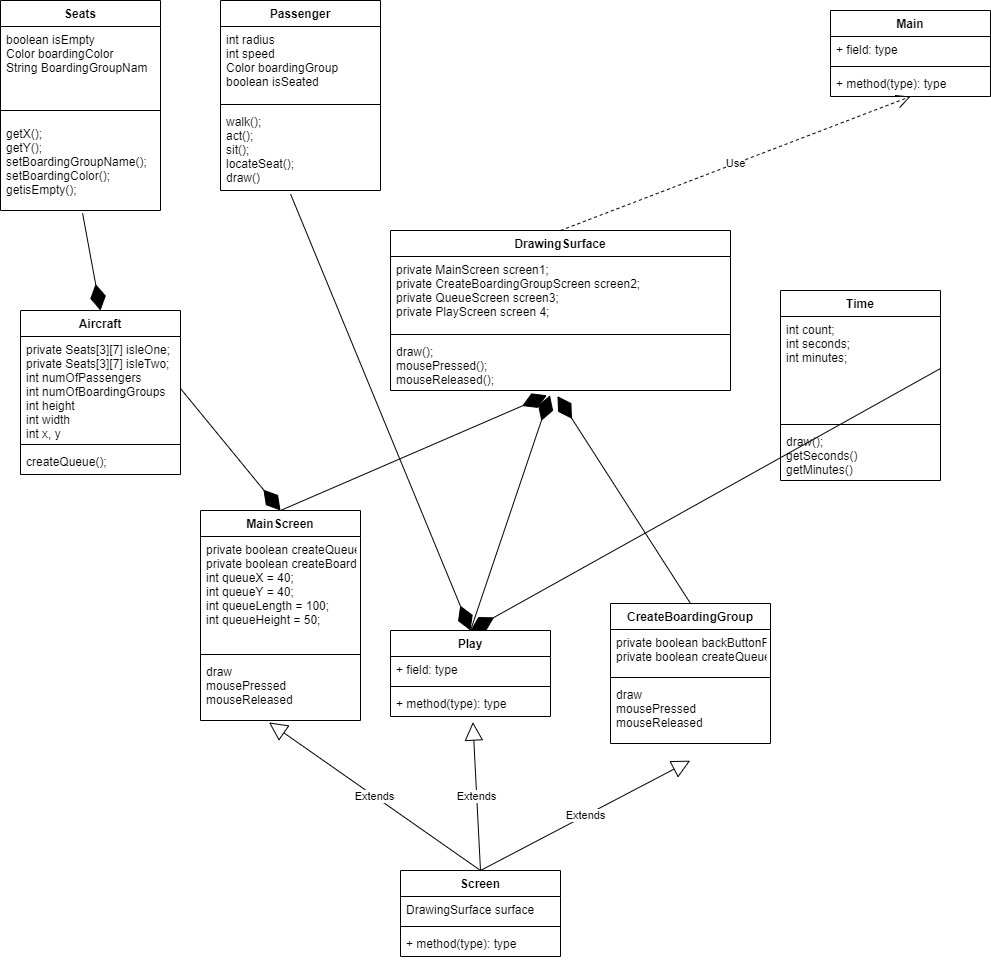
This is Passenger Plane boarding simulation.png from HHSAPCompSci2020/capstone-project-16th-airplane-boarding-group, a draw.io export, as it was before one commit. Source tidied: cells renumbered, new cells last; positions are measured from the earlier drawing's top-left corner, leaving out a move shared by most shapes.
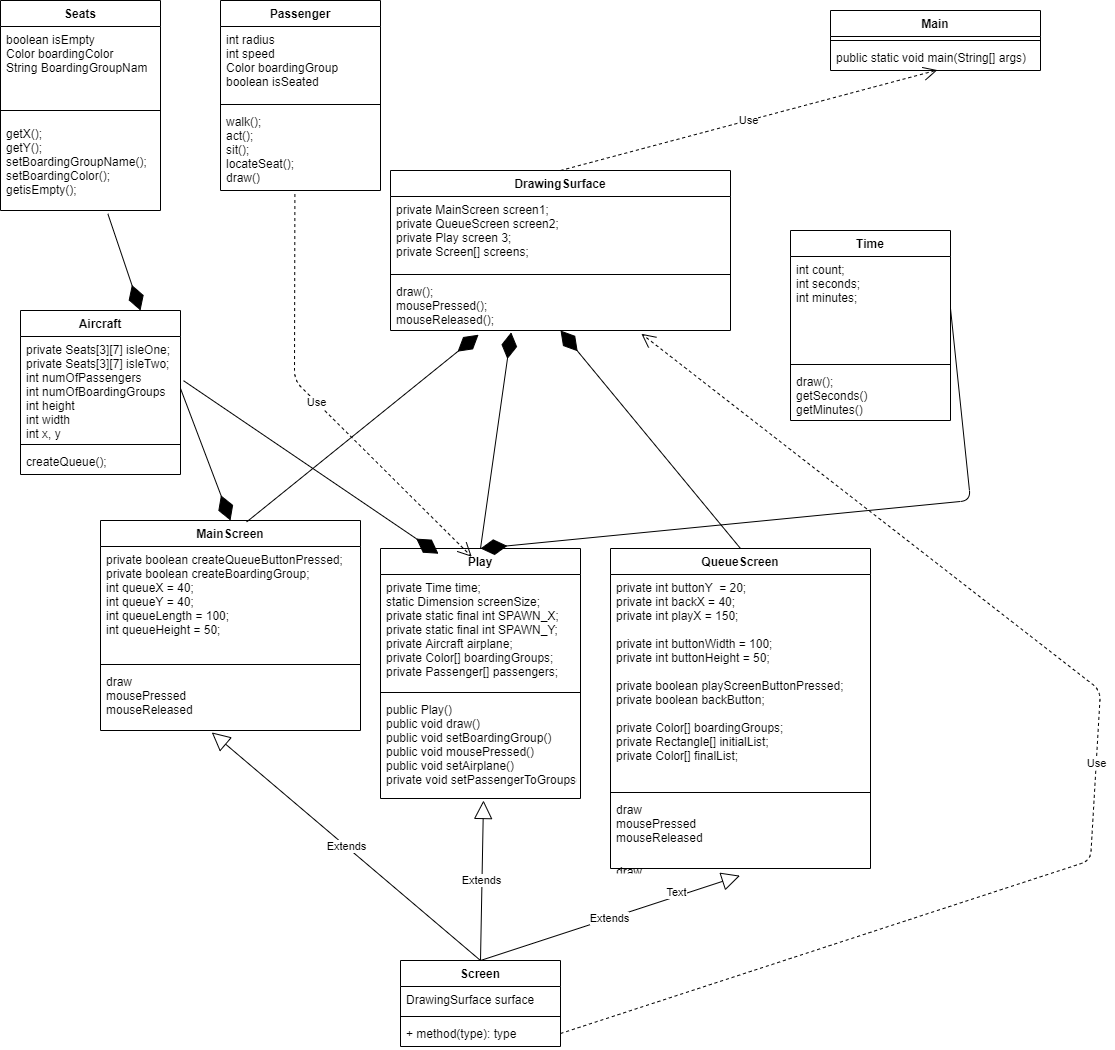
The same diagram one commit later.

What changed in the source:
```diff
@@ -15,21 +15,18 @@
       <mxGeometry y="120" width="160" height="90" as="geometry" />
     </mxCell>
     <mxCell id="6" value="Main" style="swimlane;fontStyle=1;align=center;verticalAlign=top;horizontal=1;startSize=26;" parent="1" vertex="1">
-      <mxGeometry x="830" y="10" width="160" height="86" as="geometry" />
+      <mxGeometry x="830" y="10" width="210" height="60" as="geometry" />
     </mxCell>
-    <mxCell id="7" value="+ field: type" style="text;strokeColor=none;fillColor=none;align=left;verticalAlign=top;spacingLeft=4;spacingRight=4;overflow=hidden;" parent="6" vertex="1">
-      <mxGeometry y="26" width="160" height="26" as="geometry" />
-    </mxCell>
     <mxCell id="8" style="line;strokeWidth=1;fillColor=none;align=left;verticalAlign=middle;spacingTop=-1;spacingLeft=3;spacingRight=3;labelPosition=right;" parent="6" vertex="1">
-      <mxGeometry y="52" width="160" height="8" as="geometry" />
+      <mxGeometry y="26" width="210" height="8" as="geometry" />
     </mxCell>
-    <mxCell id="9" value="+ method(type): type" style="text;strokeColor=none;fillColor=none;align=left;verticalAlign=top;spacingLeft=4;spacingRight=4;overflow=hidden;points=[[0,0.5],[1,0.5]];portConstraint=eastwest;" parent="6" vertex="1">
-      <mxGeometry y="60" width="160" height="26" as="geometry" />
+    <mxCell id="9" value="public static void main(String[] args)" style="text;strokeColor=none;fillColor=none;align=left;verticalAlign=top;spacingLeft=4;spacingRight=4;overflow=hidden;points=[[0,0.5],[1,0.5]];portConstraint=eastwest;" parent="6" vertex="1">
+      <mxGeometry y="34" width="210" height="26" as="geometry" />
     </mxCell>
     <mxCell id="10" value="DrawingSurface" style="swimlane;fontStyle=1;align=center;verticalAlign=top;horizontal=1;startSize=26;" parent="1" vertex="1">
-      <mxGeometry x="390" y="230" width="340" height="160" as="geometry" />
+      <mxGeometry x="390" y="170" width="340" height="160" as="geometry" />
     </mxCell>
-    <mxCell id="11" value="private MainScreen screen1;&#10;&#9;private CreateBoardingGroupScreen screen2;&#10;&#9;private QueueScreen screen3;&#10;private PlayScreen screen 4;" style="text;strokeColor=none;fillColor=none;align=left;verticalAlign=top;spacingLeft=4;spacingRight=4;overflow=hidden;" parent="10" vertex="1">
+    <mxCell id="11" value="private MainScreen screen1;&#10;private QueueScreen screen2;&#10;private Play screen 3;&#10;private Screen[] screens;" style="text;strokeColor=none;fillColor=none;align=left;verticalAlign=top;spacingLeft=4;spacingRight=4;overflow=hidden;" parent="10" vertex="1">
       <mxGeometry y="26" width="340" height="74" as="geometry" />
     </mxCell>
     <mxCell id="12" style="line;strokeWidth=1;fillColor=none;align=left;verticalAlign=middle;spacingTop=-1;spacingLeft=3;spacingRight=3;labelPosition=right;" parent="10" vertex="1">
@@ -62,11 +59,8 @@
     <mxCell id="21" value="createQueue();" style="text;strokeColor=none;fillColor=none;align=left;verticalAlign=top;spacingLeft=4;spacingRight=4;overflow=hidden;" parent="18" vertex="1">
       <mxGeometry y="138" width="160" height="26" as="geometry" />
     </mxCell>
-    <mxCell id="22" value="Use" style="endArrow=open;endSize=12;dashed=1;html=1;exitX=0.5;exitY=0;exitDx=0;exitDy=0;entryX=0.5;entryY=1;entryDx=0;entryDy=0;" parent="1" edge="1" source="10" target="6">
-      <mxGeometry relative="1" as="geometry" />
-    </mxCell>
     <mxCell id="23" value="Time" style="swimlane;fontStyle=1;align=center;verticalAlign=top;horizontal=1;startSize=26;" parent="1" vertex="1">
-      <mxGeometry x="780" y="290" width="160" height="190" as="geometry" />
+      <mxGeometry x="790" y="230" width="160" height="190" as="geometry" />
     </mxCell>
     <mxCell id="24" value="int count;&#10;&#9;int seconds;&#10;&#9;int minutes;" style="text;strokeColor=none;fillColor=none;align=left;verticalAlign=top;spacingLeft=4;spacingRight=4;overflow=hidden;points=[[0,0.5],[1,0.5]];portConstraint=eastwest;" parent="23" vertex="1">
       <mxGeometry y="26" width="160" height="104" as="geometry" />
@@ -78,7 +72,7 @@
       <mxGeometry y="138" width="160" height="52" as="geometry" />
     </mxCell>
     <mxCell id="27" value="Screen" style="swimlane;fontStyle=1;align=center;verticalAlign=top;horizontal=1;startSize=26;" parent="1" vertex="1">
-      <mxGeometry x="400" y="870" width="160" height="86" as="geometry" />
+      <mxGeometry x="400" y="960" width="160" height="86" as="geometry" />
     </mxCell>
     <mxCell id="28" value="DrawingSurface surface " style="text;strokeColor=none;fillColor=none;align=left;verticalAlign=top;spacingLeft=4;spacingRight=4;overflow=hidden;" parent="27" vertex="1">
       <mxGeometry y="26" width="160" height="26" as="geometry" />
@@ -90,70 +84,100 @@
       <mxGeometry y="60" width="160" height="26" as="geometry" />
     </mxCell>
     <mxCell id="31" value="MainScreen" style="swimlane;fontStyle=1;align=center;verticalAlign=top;horizontal=1;startSize=26;" parent="1" vertex="1">
-      <mxGeometry x="200" y="510" width="160" height="210" as="geometry" />
+      <mxGeometry x="100" y="520" width="260" height="210" as="geometry" />
     </mxCell>
     <mxCell id="32" value="private boolean createQueueButtonPressed;&#10;&#9;private boolean createBoardingGroup;&#10;&#9;int queueX = 40;&#10;&#9;int queueY = 40;&#10;&#9;int queueLength = 100;&#10;&#9;int queueHeight = 50;" style="text;strokeColor=none;fillColor=none;align=left;verticalAlign=top;spacingLeft=4;spacingRight=4;overflow=hidden;" parent="31" vertex="1">
-      <mxGeometry y="26" width="160" height="114" as="geometry" />
+      <mxGeometry y="26" width="260" height="114" as="geometry" />
     </mxCell>
     <mxCell id="33" style="line;strokeWidth=1;fillColor=none;align=left;verticalAlign=middle;spacingTop=-1;spacingLeft=3;spacingRight=3;labelPosition=right;" parent="31" vertex="1">
-      <mxGeometry y="140" width="160" height="8" as="geometry" />
+      <mxGeometry y="140" width="260" height="8" as="geometry" />
     </mxCell>
     <mxCell id="34" value="draw&#10;mousePressed&#10;mouseReleased" style="text;strokeColor=none;fillColor=none;align=left;verticalAlign=top;spacingLeft=4;spacingRight=4;overflow=hidden;points=[[0,0.5],[1,0.5]];portConstraint=eastwest;" parent="31" vertex="1">
-      <mxGeometry y="148" width="160" height="62" as="geometry" />
+      <mxGeometry y="148" width="260" height="62" as="geometry" />
     </mxCell>
     <mxCell id="35" value="Play" style="swimlane;fontStyle=1;align=center;verticalAlign=top;horizontal=1;startSize=26;" parent="1" vertex="1">
-      <mxGeometry x="390" y="630" width="160" height="86" as="geometry" />
+      <mxGeometry x="380" y="548" width="200" height="250" as="geometry" />
     </mxCell>
-    <mxCell id="36" value="+ field: type" style="text;strokeColor=none;fillColor=none;align=left;verticalAlign=top;spacingLeft=4;spacingRight=4;overflow=hidden;" parent="35" vertex="1">
-      <mxGeometry y="26" width="160" height="26" as="geometry" />
+    <mxCell id="36" value="private Time time;&#10;&#9;static Dimension screenSize;&#10;&#9;private static final int SPAWN_X;&#10;&#9;private static final int SPAWN_Y;&#10;&#9;private Aircraft airplane;&#10;&#9;private Color[] boardingGroups;&#10;&#9;private Passenger[] passengers;" style="text;strokeColor=none;fillColor=none;align=left;verticalAlign=top;spacingLeft=4;spacingRight=4;overflow=hidden;" parent="35" vertex="1">
+      <mxGeometry y="26" width="200" height="114" as="geometry" />
     </mxCell>
     <mxCell id="37" style="line;strokeWidth=1;fillColor=none;align=left;verticalAlign=middle;spacingTop=-1;spacingLeft=3;spacingRight=3;labelPosition=right;" parent="35" vertex="1">
-      <mxGeometry y="52" width="160" height="8" as="geometry" />
+      <mxGeometry y="140" width="200" height="8" as="geometry" />
     </mxCell>
-    <mxCell id="38" value="+ method(type): type" style="text;strokeColor=none;fillColor=none;align=left;verticalAlign=top;spacingLeft=4;spacingRight=4;overflow=hidden;points=[[0,0.5],[1,0.5]];portConstraint=eastwest;" parent="35" vertex="1">
-      <mxGeometry y="60" width="160" height="26" as="geometry" />
+    <mxCell id="38" value="public Play()&#10;public void draw()&#10;public void setBoardingGroup()&#10;public void mousePressed()&#10;public void setAirplane()&#10;private void setPassengerToGroups()&#10;" style="text;strokeColor=none;fillColor=none;align=left;verticalAlign=top;spacingLeft=4;spacingRight=4;overflow=hidden;points=[[0,0.5],[1,0.5]];portConstraint=eastwest;" parent="35" vertex="1">
+      <mxGeometry y="148" width="200" height="102" as="geometry" />
     </mxCell>
-    <mxCell id="39" value="CreateBoardingGroup" style="swimlane;fontStyle=1;align=center;verticalAlign=top;horizontal=1;startSize=26;" parent="1" vertex="1">
-      <mxGeometry x="610" y="603" width="160" height="140" as="geometry" />
+    <mxCell id="39" value="QueueScreen" style="swimlane;fontStyle=1;align=center;verticalAlign=top;horizontal=1;startSize=26;" parent="1" vertex="1">
+      <mxGeometry x="610" y="548" width="260" height="320" as="geometry" />
     </mxCell>
-    <mxCell id="40" value="private boolean backButtonPressed;&#10;&#9;private boolean createQueueButtonPressed;" style="text;strokeColor=none;fillColor=none;align=left;verticalAlign=top;spacingLeft=4;spacingRight=4;overflow=hidden;" parent="39" vertex="1">
-      <mxGeometry y="26" width="160" height="44" as="geometry" />
+    <mxCell id="40" value="private int buttonY  = 20;&#10;&#9;private int backX = 40;&#10;&#9;private int playX = 150;&#10;&#10;&#9;private int buttonWidth = 100;&#10;&#9;private int buttonHeight = 50;&#10;&#9;&#10;&#9;private boolean playScreenButtonPressed;&#10;&#9;private boolean backButton;&#10;&#10;&#9;private Color[] boardingGroups;&#10;&#9;private Rectangle[] initialList;&#10;&#9;private Color[] finalList;&#10;&#9;" style="text;strokeColor=none;fillColor=none;align=left;verticalAlign=top;spacingLeft=4;spacingRight=4;overflow=hidden;" parent="39" vertex="1">
+      <mxGeometry y="26" width="260" height="214" as="geometry" />
     </mxCell>
     <mxCell id="41" style="line;strokeWidth=1;fillColor=none;align=left;verticalAlign=middle;spacingTop=-1;spacingLeft=3;spacingRight=3;labelPosition=right;" parent="39" vertex="1">
-      <mxGeometry y="70" width="160" height="8" as="geometry" />
+      <mxGeometry y="240" width="260" height="8" as="geometry" />
     </mxCell>
     <mxCell id="42" value="draw&#10;mousePressed&#10;mouseReleased" style="text;strokeColor=none;fillColor=none;align=left;verticalAlign=top;spacingLeft=4;spacingRight=4;overflow=hidden;points=[[0,0.5],[1,0.5]];portConstraint=eastwest;" parent="39" vertex="1">
-      <mxGeometry y="78" width="160" height="62" as="geometry" />
+      <mxGeometry y="248" width="260" height="62" as="geometry" />
     </mxCell>
+    <mxCell id="53" value="draw&#10;mousePressed&#10;mouseReleased" style="text;strokeColor=none;fillColor=none;align=left;verticalAlign=top;spacingLeft=4;spacingRight=4;overflow=hidden;" parent="39" vertex="1">
+      <mxGeometry y="310" width="260" height="10" as="geometry" />
+    </mxCell>
     <mxCell id="43" value="Extends" style="endArrow=block;endSize=16;endFill=0;html=1;exitX=0.5;exitY=0;exitDx=0;exitDy=0;entryX=0.428;entryY=1.031;entryDx=0;entryDy=0;entryPerimeter=0;" parent="1" edge="1" source="27" target="34">
       <mxGeometry relative="1" as="geometry" />
     </mxCell>
     <mxCell id="44" value="Extends" style="endArrow=block;endSize=16;endFill=0;html=1;exitX=0.5;exitY=0;exitDx=0;exitDy=0;entryX=0.498;entryY=1.277;entryDx=0;entryDy=0;entryPerimeter=0;" parent="1" edge="1" source="27" target="42">
       <mxGeometry relative="1" as="geometry" />
     </mxCell>
+    <mxCell id="54" value="Text" style="edgeLabel;html=1;align=center;verticalAlign=middle;" parent="44" vertex="1">
+      <mxGeometry x="0.51" y="4" relative="1" as="geometry" />
+    </mxCell>
-    <mxCell id="45" value="Extends" style="endArrow=block;endSize=16;endFill=0;html=1;exitX=0.5;exitY=0;exitDx=0;exitDy=0;entryX=0.515;entryY=1.215;entryDx=0;entryDy=0;entryPerimeter=0;" parent="1" edge="1" source="27" target="38">
-      <mxGeometry relative="1" as="geometry" />
+    <mxCell id="45" value="Extends" style="endArrow=block;endSize=16;endFill=0;html=1;exitX=0.5;exitY=0;exitDx=0;exitDy=0;" parent="1" edge="1" source="27">
+      <mxGeometry relative="1" as="geometry">
+        <mxPoint x="483" y="800" as="targetPoint" />
+      </mxGeometry>
     </mxCell>
     <mxCell id="46" style="endArrow=diamondThin;endFill=1;endSize=24;html=1;entryX=0.5;entryY=0;entryDx=0;entryDy=0;exitX=1;exitY=0.5;exitDx=0;exitDy=0;" parent="1" edge="1" source="19" target="31">
       <mxGeometry relative="1" as="geometry" />
     </mxCell>
-    <mxCell id="47" style="endArrow=diamondThin;endFill=1;endSize=24;html=1;exitX=0.5;exitY=0;exitDx=0;exitDy=0;entryX=0.491;entryY=1.108;entryDx=0;entryDy=0;entryPerimeter=0;" parent="1" edge="1" source="39" target="13">
-      <mxGeometry relative="1" as="geometry" />
-    </mxCell>
+    <mxCell id="50" style="endArrow=diamondThin;endFill=1;endSize=24;html=1;exitX=1;exitY=0.5;exitDx=0;exitDy=0;entryX=0.5;entryY=0;entryDx=0;entryDy=0;" parent="1" edge="1" source="24" target="35">
+      <mxGeometry relative="1" as="geometry">
+        <Array as="points">
+          <mxPoint x="970" y="500" />
+        </Array>
+      </mxGeometry>
+    </mxCell>
+    <mxCell id="51" value="Use" style="endArrow=open;endSize=12;dashed=1;html=1;exitX=0.465;exitY=1.043;exitDx=0;exitDy=0;exitPerimeter=0;entryX=0.456;entryY=0.033;entryDx=0;entryDy=0;entryPerimeter=0;" parent="1" edge="1" source="17" target="35">
+      <mxGeometry relative="1" as="geometry">
+        <Array as="points">
+          <mxPoint x="294" y="380" />
+        </Array>
+      </mxGeometry>
+    </mxCell>
+    <mxCell id="55" value="Use" style="endArrow=open;endSize=12;dashed=1;html=1;exitX=0.5;exitY=0;exitDx=0;exitDy=0;entryX=0.509;entryY=0.984;entryDx=0;entryDy=0;entryPerimeter=0;" parent="1" edge="1" source="10" target="9">
+      <mxGeometry relative="1" as="geometry" />
+    </mxCell>
+    <mxCell id="56" style="endArrow=diamondThin;endFill=1;endSize=24;html=1;entryX=0.29;entryY=0.021;entryDx=0;entryDy=0;exitX=1.019;exitY=0.425;exitDx=0;exitDy=0;exitPerimeter=0;entryPerimeter=0;" parent="1" edge="1" source="19" target="35">
+      <mxGeometry relative="1" as="geometry" />
+    </mxCell>
+    <mxCell id="52" style="endArrow=diamondThin;endFill=1;endSize=24;html=1;entryX=0.75;entryY=0;entryDx=0;entryDy=0;exitX=0.671;exitY=1.037;exitDx=0;exitDy=0;exitPerimeter=0;" parent="1" edge="1" source="5" target="18">
+      <mxGeometry relative="1" as="geometry" />
+    </mxCell>
-    <mxCell id="48" style="endArrow=diamondThin;endFill=1;endSize=24;html=1;exitX=0.5;exitY=0;exitDx=0;exitDy=0;entryX=0.469;entryY=1.092;entryDx=0;entryDy=0;entryPerimeter=0;" parent="1" edge="1" source="35" target="13">
+    <mxCell id="48" style="endArrow=diamondThin;endFill=1;endSize=24;html=1;exitX=0.5;exitY=0;exitDx=0;exitDy=0;entryX=0.355;entryY=1.035;entryDx=0;entryDy=0;entryPerimeter=0;" parent="1" edge="1" source="35" target="13">
       <mxGeometry relative="1" as="geometry" />
     </mxCell>
-    <mxCell id="49" style="endArrow=diamondThin;endFill=1;endSize=24;html=1;exitX=0.5;exitY=0;exitDx=0;exitDy=0;entryX=0.46;entryY=1.092;entryDx=0;entryDy=0;entryPerimeter=0;" parent="1" edge="1" source="31" target="13">
+    <mxCell id="49" style="endArrow=diamondThin;endFill=1;endSize=24;html=1;exitX=0.562;exitY=0.007;exitDx=0;exitDy=0;exitPerimeter=0;entryX=0.259;entryY=1.081;entryDx=0;entryDy=0;entryPerimeter=0;" parent="1" edge="1" source="31" target="13">
       <mxGeometry relative="1" as="geometry" />
     </mxCell>
-    <mxCell id="50" style="endArrow=diamondThin;endFill=1;endSize=24;html=1;exitX=1;exitY=0.5;exitDx=0;exitDy=0;entryX=0.5;entryY=0;entryDx=0;entryDy=0;" parent="1" edge="1" source="24" target="35">
-      <mxGeometry relative="1" as="geometry" />
-    </mxCell>
-    <mxCell id="51" style="endArrow=diamondThin;endFill=1;endSize=24;html=1;exitX=0.438;exitY=1.044;exitDx=0;exitDy=0;exitPerimeter=0;entryX=0.5;entryY=0;entryDx=0;entryDy=0;" parent="1" edge="1" source="17" target="35">
-      <mxGeometry relative="1" as="geometry" />
-    </mxCell>
-    <mxCell id="52" style="endArrow=diamondThin;endFill=1;endSize=24;html=1;exitX=0.513;exitY=1.031;exitDx=0;exitDy=0;exitPerimeter=0;entryX=0.5;entryY=0;entryDx=0;entryDy=0;" parent="1" edge="1" source="5" target="18">
-      <mxGeometry relative="1" as="geometry" />
-    </mxCell>
+    <mxCell id="47" style="endArrow=diamondThin;endFill=1;endSize=24;html=1;exitX=0.5;exitY=0;exitDx=0;exitDy=0;entryX=0.5;entryY=1;entryDx=0;entryDy=0;entryPerimeter=0;" parent="1" edge="1" source="39" target="13">
+      <mxGeometry relative="1" as="geometry" />
+    </mxCell>
+    <mxCell id="57" value="Use" style="endArrow=open;endSize=12;dashed=1;html=1;exitX=1;exitY=0.5;exitDx=0;exitDy=0;entryX=0.738;entryY=1.063;entryDx=0;entryDy=0;entryPerimeter=0;" parent="1" edge="1" source="30" target="13">
+      <mxGeometry relative="1" as="geometry">
+        <Array as="points">
+          <mxPoint x="1090" y="860" />
+          <mxPoint x="1100" y="690" />
+        </Array>
+      </mxGeometry>
+    </mxCell>
   </root>
 </mxGraphModel>
```
